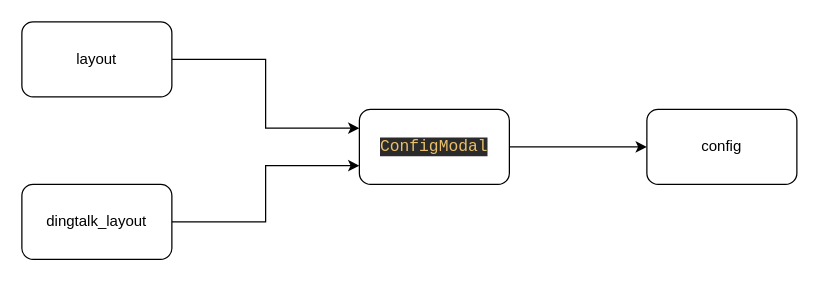
The draw.io diagram 未命名绘图.drawio in MorisaSpark/billhumble.github.io, before the edit. Source tidied: cells renumbered, new cells numbered last; positions are measured from the earlier drawing's top-left corner, leaving out a move shared by most shapes. Both pictures are drawn from the tidied source at 125%, with x=0, y=0 at pixel (21, 21).
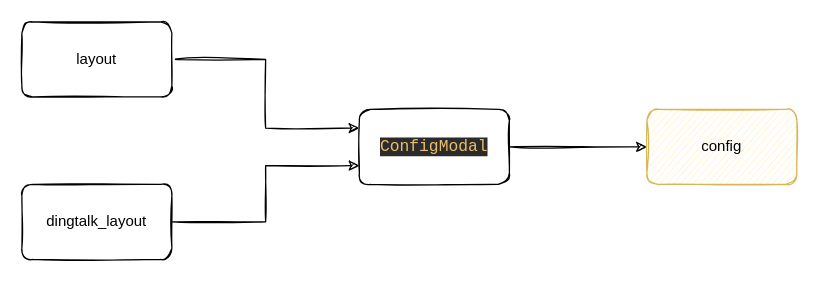
The same page after the edit.

Commit message:
更新未命名绘图.drawio

The edit, as a diff of the source:
```diff
@@
 <mxGraphModel>
   <root>
     <mxCell id="0" />
     <mxCell id="1" parent="0" />
-    <mxCell id="2" style="edgeStyle=orthogonalEdgeStyle;rounded=0;jettySize=auto;html=1;exitX=1;exitY=0.5;exitDx=0;exitDy=0;entryX=0;entryY=0.25;entryDx=0;entryDy=0;" parent="1" edge="1" source="3" target="7">
+    <mxCell id="2" style="edgeStyle=orthogonalEdgeStyle;rounded=0;jettySize=auto;html=1;exitX=1;exitY=0.5;exitDx=0;exitDy=0;entryX=0;entryY=0.25;entryDx=0;entryDy=0;sketch=1;" parent="1" edge="1" source="3" target="7">
       <mxGeometry relative="1" as="geometry" />
     </mxCell>
-    <mxCell id="3" value="layout" style="rounded=1;whiteSpace=wrap;html=1;" parent="1" vertex="1">
+    <mxCell id="3" value="layout" style="rounded=1;whiteSpace=wrap;html=1;sketch=1;" parent="1" vertex="1">
       <mxGeometry width="120" height="60" as="geometry" />
     </mxCell>
-    <mxCell id="4" style="edgeStyle=orthogonalEdgeStyle;rounded=0;jettySize=auto;html=1;exitX=1;exitY=0.5;exitDx=0;exitDy=0;entryX=0;entryY=0.75;entryDx=0;entryDy=0;" parent="1" edge="1" source="5" target="7">
+    <mxCell id="4" style="edgeStyle=orthogonalEdgeStyle;rounded=0;jettySize=auto;html=1;exitX=1;exitY=0.5;exitDx=0;exitDy=0;entryX=0;entryY=0.75;entryDx=0;entryDy=0;sketch=1;" parent="1" edge="1" source="5" target="7">
       <mxGeometry relative="1" as="geometry" />
     </mxCell>
-    <mxCell id="5" value="dingtalk_layout" style="rounded=1;whiteSpace=wrap;html=1;" parent="1" vertex="1">
+    <mxCell id="5" value="dingtalk_layout" style="rounded=1;whiteSpace=wrap;html=1;sketch=1;" parent="1" vertex="1">
       <mxGeometry y="130" width="120" height="60" as="geometry" />
     </mxCell>
-    <mxCell id="6" style="edgeStyle=orthogonalEdgeStyle;rounded=0;jettySize=auto;html=1;exitX=1;exitY=0.5;exitDx=0;exitDy=0;" parent="1" edge="1" source="7" target="8">
+    <mxCell id="6" style="edgeStyle=orthogonalEdgeStyle;rounded=0;jettySize=auto;html=1;exitX=1;exitY=0.5;exitDx=0;exitDy=0;sketch=1;" parent="1" edge="1" source="7" target="8">
       <mxGeometry relative="1" as="geometry" />
     </mxCell>
-    <mxCell id="7" value="&lt;pre style=&quot;background-color: #2b2b2b ; color: #a9b7c6 ; font-family: &amp;#34;jetbrains mono&amp;#34; , monospace ; font-size: 9.8pt&quot;&gt;&lt;span style=&quot;color: #e8bf6a&quot;&gt;ConfigModal&lt;/span&gt;&lt;/pre&gt;" style="rounded=1;whiteSpace=wrap;html=1;" parent="1" vertex="1">
+    <mxCell id="7" value="&lt;pre style=&quot;background-color: #2b2b2b ; color: #a9b7c6 ; font-family: &amp;#34;jetbrains mono&amp;#34; , monospace ; font-size: 9.8pt&quot;&gt;&lt;span style=&quot;color: #e8bf6a&quot;&gt;ConfigModal&lt;/span&gt;&lt;/pre&gt;" style="rounded=1;whiteSpace=wrap;html=1;sketch=1;" parent="1" vertex="1">
       <mxGeometry x="270" y="70" width="120" height="60" as="geometry" />
     </mxCell>
-    <mxCell id="8" value="config" style="rounded=1;whiteSpace=wrap;html=1;" parent="1" vertex="1">
+    <mxCell id="8" value="config" style="rounded=1;whiteSpace=wrap;html=1;fillColor=#fff2cc;strokeColor=#d6b656;sketch=1;" parent="1" vertex="1">
       <mxGeometry x="500" y="70" width="120" height="60" as="geometry" />
     </mxCell>
   </root>
 </mxGraphModel>
```
